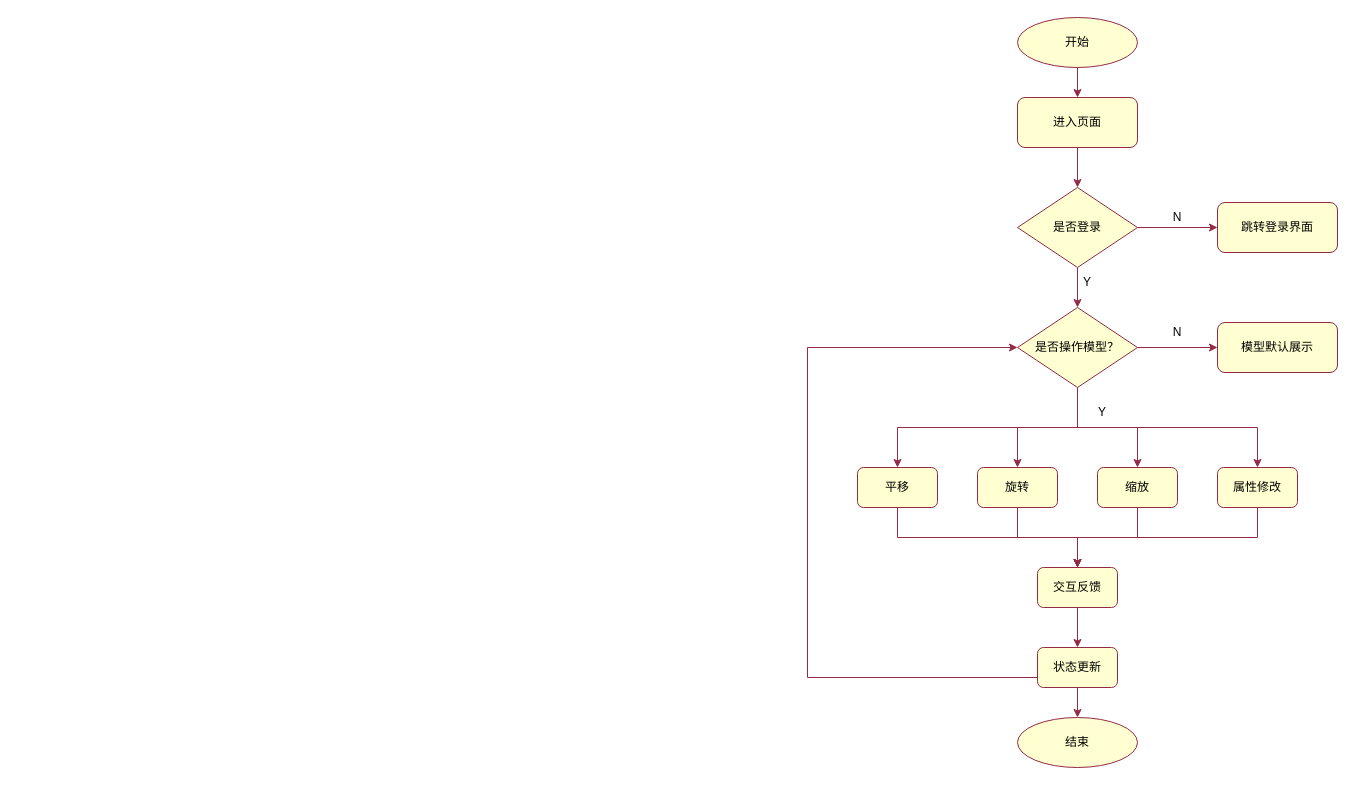
bosombaby/draw-store keeps this draw.io diagram as page "数学模块流程图" (13 of 16) of 毕业设计/毕业设计.drawio. Above is the earlier version. Source tidied: cells renumbered, new cells numbered last; positions are measured from the earlier drawing's top-left corner, leaving out a move shared by most shapes. Both pictures are drawn from the tidied source at 100%, with x=0, y=0 at pixel (807, 17).
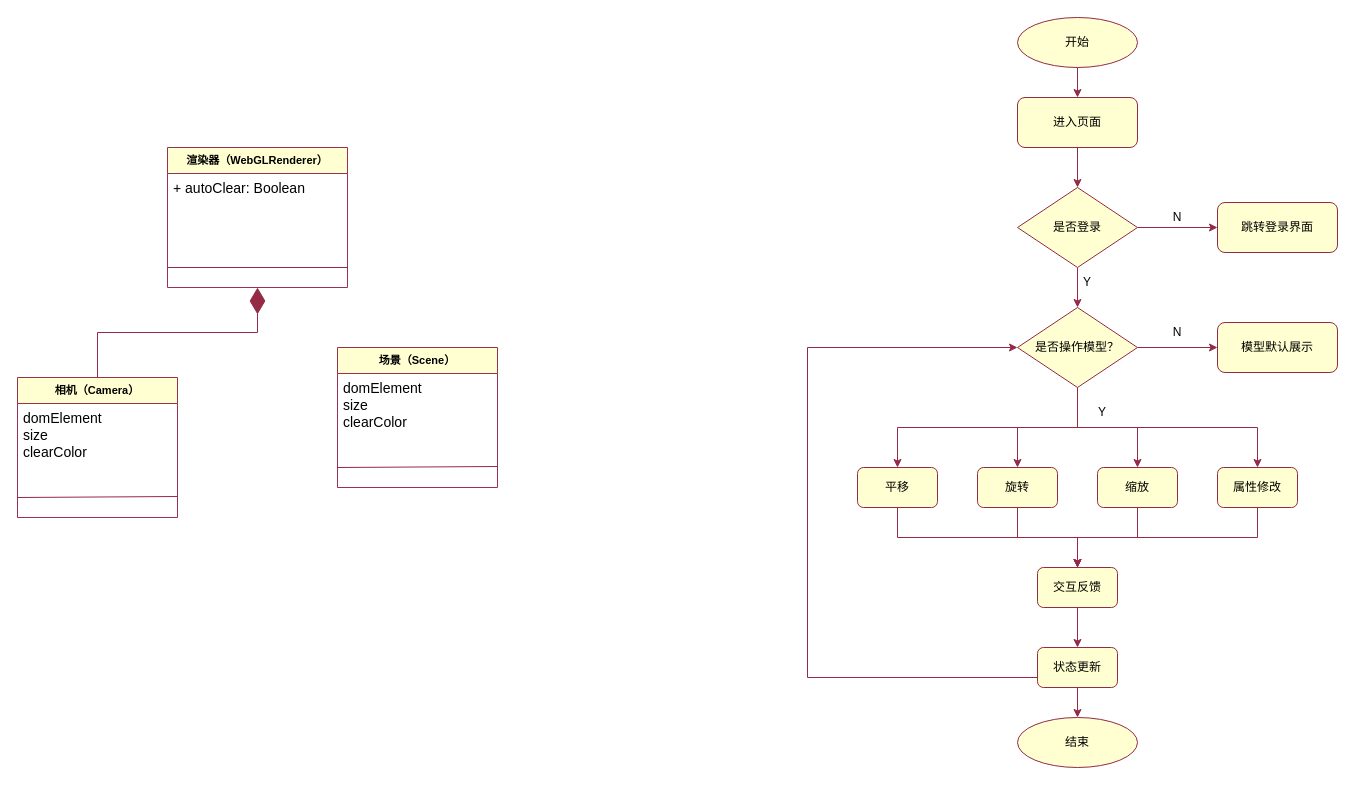
The same diagram, later.

The edit, as a diff of the source:
```diff
@@
+    <mxCell id="35" value="渲染器（WebGLRenderer）" style="swimlane;fontStyle=1;align=center;verticalAlign=top;horizontal=1;startSize=26;whiteSpace=wrap;html=1;strokeColor=#993150;fontFamily=Helvetica;fontSize=11;fontColor=default;fillColor=#FFFFD1;" parent="1" vertex="1">
+      <mxGeometry x="-640" y="130" width="180" height="140" as="geometry" />
+    </mxCell>
+    <mxCell id="36" value="&lt;div&gt;&lt;font style=&quot;font-size: 14px;&quot;&gt;+ autoClear: Boolean&lt;/font&gt;&lt;/div&gt;" style="text;strokeColor=none;fillColor=none;align=left;verticalAlign=top;spacingLeft=4;spacingRight=4;overflow=hidden;points=[[0,0.5],[1,0.5]];portConstraint=eastwest;whiteSpace=wrap;html=1;fontSize=11;fontFamily=Helvetica;fontColor=default;" parent="35" vertex="1">
+      <mxGeometry y="26" width="180" height="114" as="geometry" />
+    </mxCell>
+    <mxCell id="37" style="endArrow=none;html=1;rounded=0;strokeColor=#942A46;align=center;verticalAlign=middle;fontFamily=Helvetica;fontSize=15;fontColor=default;labelBackgroundColor=default;fillColor=#FFFFD1;" parent="35" edge="1">
+      <mxGeometry relative="1" as="geometry">
+        <mxPoint y="120" as="sourcePoint" />
+        <mxPoint x="180" y="120" as="targetPoint" />
+      </mxGeometry>
+    </mxCell>
+    <mxCell id="38" value="相机（Camera）" style="swimlane;fontStyle=1;align=center;verticalAlign=top;horizontal=1;startSize=26;whiteSpace=wrap;html=1;strokeColor=#993150;fontFamily=Helvetica;fontSize=11;fontColor=default;fillColor=#FFFFD1;" parent="1" vertex="1">
+      <mxGeometry x="-790" y="360" width="160" height="140" as="geometry" />
+    </mxCell>
+    <mxCell id="39" value="&lt;font style=&quot;font-size: 14px;&quot;&gt;domElement&lt;/font&gt;&lt;div&gt;&lt;font style=&quot;font-size: 14px;&quot;&gt;size&lt;/font&gt;&lt;/div&gt;&lt;div&gt;&lt;font style=&quot;font-size: 14px;&quot;&gt;clearColor&lt;/font&gt;&lt;/div&gt;&lt;div&gt;&lt;font style=&quot;font-size: 14px;&quot;&gt;&lt;br&gt;&lt;/font&gt;&lt;/div&gt;" style="text;strokeColor=none;fillColor=none;align=left;verticalAlign=top;spacingLeft=4;spacingRight=4;overflow=hidden;whiteSpace=wrap;html=1;fontSize=11;fontFamily=Helvetica;fontColor=default;" parent="38" vertex="1">
+      <mxGeometry y="26" width="160" height="114" as="geometry" />
+    </mxCell>
+    <mxCell id="40" style="endArrow=none;html=1;rounded=0;strokeColor=#942A46;align=center;verticalAlign=middle;fontFamily=Helvetica;fontSize=15;fontColor=default;labelBackgroundColor=default;fillColor=#FFFFD1;entryX=1.002;entryY=0.905;entryDx=0;entryDy=0;entryPerimeter=0;" parent="38" edge="1">
+      <mxGeometry relative="1" as="geometry">
+        <mxPoint y="120" as="sourcePoint" />
+        <mxPoint x="160" y="119" as="targetPoint" />
+      </mxGeometry>
+    </mxCell>
+    <mxCell id="41" value="场景（Scene）" style="swimlane;fontStyle=1;align=center;verticalAlign=top;horizontal=1;startSize=26;whiteSpace=wrap;html=1;strokeColor=#993150;fontFamily=Helvetica;fontSize=11;fontColor=default;fillColor=#FFFFD1;" parent="1" vertex="1">
+      <mxGeometry x="-470" y="330" width="160" height="140" as="geometry" />
+    </mxCell>
+    <mxCell id="42" value="&lt;font style=&quot;font-size: 14px;&quot;&gt;domElement&lt;/font&gt;&lt;div&gt;&lt;font style=&quot;font-size: 14px;&quot;&gt;size&lt;/font&gt;&lt;/div&gt;&lt;div&gt;&lt;font style=&quot;font-size: 14px;&quot;&gt;clearColor&lt;/font&gt;&lt;/div&gt;&lt;div&gt;&lt;font style=&quot;font-size: 14px;&quot;&gt;&lt;br&gt;&lt;/font&gt;&lt;/div&gt;" style="text;strokeColor=none;fillColor=none;align=left;verticalAlign=top;spacingLeft=4;spacingRight=4;overflow=hidden;whiteSpace=wrap;html=1;fontSize=11;fontFamily=Helvetica;fontColor=default;" parent="41" vertex="1">
+      <mxGeometry y="26" width="160" height="114" as="geometry" />
+    </mxCell>
+    <mxCell id="43" style="endArrow=none;html=1;rounded=0;strokeColor=#942A46;align=center;verticalAlign=middle;fontFamily=Helvetica;fontSize=15;fontColor=default;labelBackgroundColor=default;fillColor=#FFFFD1;entryX=1.002;entryY=0.905;entryDx=0;entryDy=0;entryPerimeter=0;" parent="41" edge="1">
+      <mxGeometry relative="1" as="geometry">
+        <mxPoint y="120" as="sourcePoint" />
+        <mxPoint x="160" y="119" as="targetPoint" />
+      </mxGeometry>
+    </mxCell>
+    <mxCell id="44" style="endArrow=diamondThin;endFill=1;endSize=24;html=1;rounded=0;labelBackgroundColor=default;strokeColor=#942A46;align=center;verticalAlign=middle;fontFamily=Helvetica;fontSize=11;fontColor=default;shape=connector;edgeStyle=orthogonalEdgeStyle;entryX=0.5;entryY=1;entryDx=0;entryDy=0;entryPerimeter=0;" parent="1" edge="1" source="38" target="36">
+      <mxGeometry relative="1" as="geometry" />
+    </mxCell>
```
